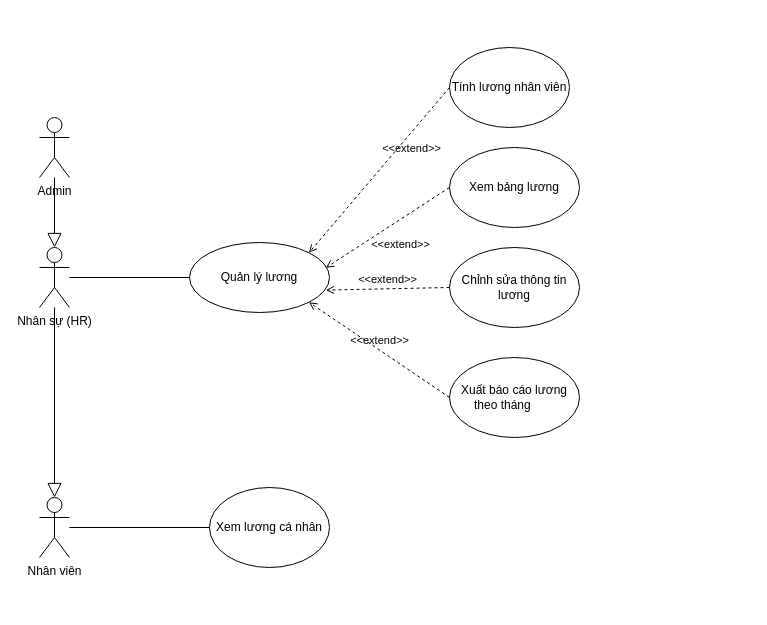
Before: Quản lý lương.drawio in hoangda24312/Group4-DesigningSystem, a draw.io diagram. Source tidied: cells renumbered, new cells numbered last; positions are measured from the earlier drawing's top-left corner, leaving out a move shared by most shapes. Both pictures are drawn from the tidied source at 100%, with x=0, y=0 at pixel (39, 47).
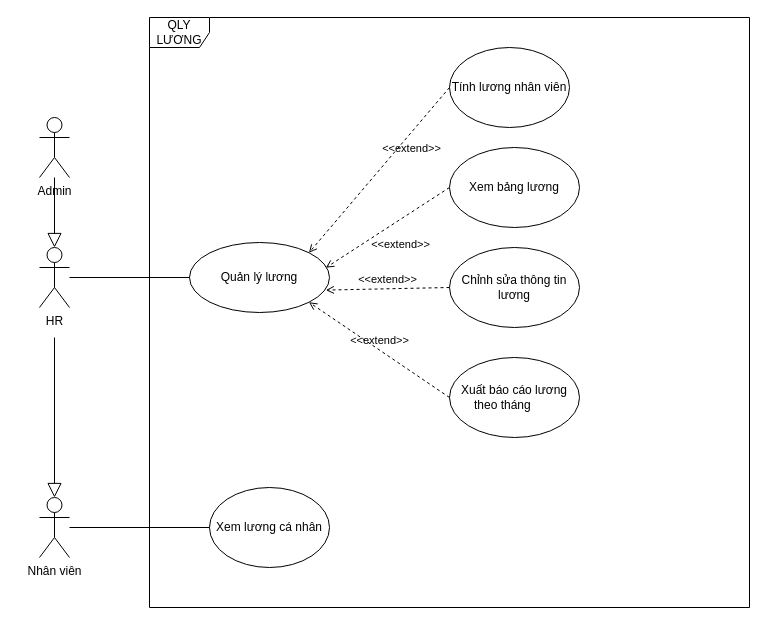
The same page after the edit.

Unchanged cells that the change refers to:
```xml
<mxCell id="4" value="Nhân viên" style="shape=umlActor;verticalLabelPosition=bottom;verticalAlign=top;html=1;outlineConnect=0;" parent="1" vertex="1">
  <mxGeometry y="450" width="30" height="60" as="geometry" />
</mxCell>
```

What changed in the source:
```diff
@@
-    <mxCell id="3" value="Nhân sự (HR)" style="shape=umlActor;verticalLabelPosition=bottom;verticalAlign=top;html=1;outlineConnect=0;" parent="1" vertex="1">
+    <mxCell id="3" value="HR" style="shape=umlActor;verticalLabelPosition=bottom;verticalAlign=top;html=1;outlineConnect=0;" parent="1" vertex="1">
       <mxGeometry y="200" width="30" height="60" as="geometry" />
     </mxCell>
@@
-    <mxCell id="16" style="edgeStyle=none;html=1;endArrow=block;endFill=0;endSize=12;verticalAlign=bottom;rounded=0;entryX=0.5;entryY=0;entryDx=0;entryDy=0;entryPerimeter=0;" parent="1" edge="1" source="3" target="4">
-      <mxGeometry relative="1" as="geometry" />
+    <mxCell id="16" style="edgeStyle=none;html=1;endArrow=block;endFill=0;endSize=12;verticalAlign=bottom;rounded=0;entryX=0.5;entryY=0;entryDx=0;entryDy=0;entryPerimeter=0;" parent="1" edge="1" target="4">
+      <mxGeometry relative="1" as="geometry">
+        <mxPoint x="15" y="290" as="sourcePoint" />
+      </mxGeometry>
     </mxCell>
@@
+    <mxCell id="19" value="QLY LƯƠNG" style="shape=umlFrame;whiteSpace=wrap;html=1;width=60;height=30;" parent="1" vertex="1">
+      <mxGeometry x="110" y="-30" width="600" height="590" as="geometry" />
+    </mxCell>
```
